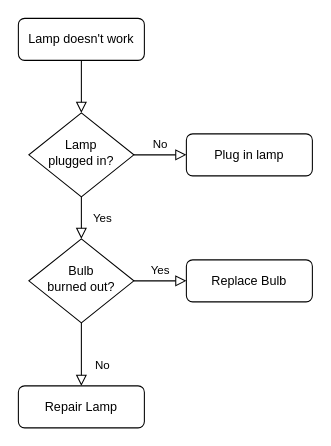
Above: janetflow.drawio in Phantom-456/Draw.io (draw.io), before the change. Source tidied: cells renumbered, new cells numbered last; positions are measured from the earlier drawing's top-left corner, leaving out a move shared by most shapes. Both pictures are drawn from the tidied source at 105%, with x=0, y=0 at pixel (18, 18).
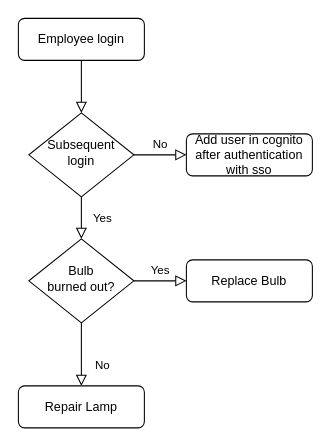
The same diagram, later.

The edit, as a diff of the source:
```diff
@@
 <mxGraphModel>
   <root>
     <mxCell id="0" />
     <mxCell id="1" parent="0" />
     <mxCell id="2" style="rounded=0;html=1;jettySize=auto;fontSize=11;endArrow=block;endFill=0;endSize=8;strokeWidth=1;shadow=0;labelBackgroundColor=none;edgeStyle=orthogonalEdgeStyle;" parent="1" edge="1" source="3" target="6">
       <mxGeometry relative="1" as="geometry" />
     </mxCell>
-    <mxCell id="3" value="Lamp doesn't work" style="rounded=1;whiteSpace=wrap;html=1;fontSize=12;glass=0;strokeWidth=1;shadow=0;" parent="1" vertex="1">
+    <mxCell id="3" value="Employee login" style="rounded=1;whiteSpace=wrap;html=1;fontSize=12;glass=0;strokeWidth=1;shadow=0;" parent="1" vertex="1">
       <mxGeometry width="120" height="40" as="geometry" />
     </mxCell>
     <mxCell id="4" value="Yes" style="rounded=0;html=1;jettySize=auto;fontSize=11;endArrow=block;endFill=0;endSize=8;strokeWidth=1;shadow=0;labelBackgroundColor=none;edgeStyle=orthogonalEdgeStyle;" parent="1" edge="1" source="6" target="10">
       <mxGeometry y="20" relative="1" as="geometry" />
     </mxCell>
     <mxCell id="5" value="No" style="edgeStyle=orthogonalEdgeStyle;rounded=0;html=1;jettySize=auto;fontSize=11;endArrow=block;endFill=0;endSize=8;strokeWidth=1;shadow=0;labelBackgroundColor=none;" parent="1" edge="1" source="6" target="7">
       <mxGeometry y="10" relative="1" as="geometry" />
     </mxCell>
-    <mxCell id="6" value="Lamp&lt;br&gt;plugged in?" style="rhombus;whiteSpace=wrap;html=1;shadow=0;fontFamily=Helvetica;fontSize=12;align=center;strokeWidth=1;spacing=6;spacingTop=-4;" parent="1" vertex="1">
+    <mxCell id="6" value="Subsequent login" style="rhombus;whiteSpace=wrap;html=1;shadow=0;fontFamily=Helvetica;fontSize=12;align=center;strokeWidth=1;spacing=6;spacingTop=-4;" parent="1" vertex="1">
       <mxGeometry x="10" y="90" width="100" height="80" as="geometry" />
     </mxCell>
-    <mxCell id="7" value="Plug in lamp" style="rounded=1;whiteSpace=wrap;html=1;fontSize=12;glass=0;strokeWidth=1;shadow=0;" parent="1" vertex="1">
+    <mxCell id="7" value="Add user in cognito after authentication with sso" style="rounded=1;whiteSpace=wrap;html=1;fontSize=12;glass=0;strokeWidth=1;shadow=0;" parent="1" vertex="1">
       <mxGeometry x="160" y="110" width="120" height="40" as="geometry" />
     </mxCell>
     <mxCell id="8" value="No" style="rounded=0;html=1;jettySize=auto;fontSize=11;endArrow=block;endFill=0;endSize=8;strokeWidth=1;shadow=0;labelBackgroundColor=none;edgeStyle=orthogonalEdgeStyle;" parent="1" edge="1" source="10" target="11">
       <mxGeometry x="0.33" y="20" relative="1" as="geometry" />
     </mxCell>
     <mxCell id="9" value="Yes" style="edgeStyle=orthogonalEdgeStyle;rounded=0;html=1;jettySize=auto;fontSize=11;endArrow=block;endFill=0;endSize=8;strokeWidth=1;shadow=0;labelBackgroundColor=none;" parent="1" edge="1" source="10" target="12">
       <mxGeometry y="10" relative="1" as="geometry" />
     </mxCell>
     <mxCell id="10" value="Bulb&lt;br&gt;burned out?" style="rhombus;whiteSpace=wrap;html=1;shadow=0;fontFamily=Helvetica;fontSize=12;align=center;strokeWidth=1;spacing=6;spacingTop=-4;" parent="1" vertex="1">
       <mxGeometry x="10" y="210" width="100" height="80" as="geometry" />
     </mxCell>
     <mxCell id="11" value="Repair Lamp" style="rounded=1;whiteSpace=wrap;html=1;fontSize=12;glass=0;strokeWidth=1;shadow=0;" parent="1" vertex="1">
       <mxGeometry y="350" width="120" height="40" as="geometry" />
     </mxCell>
     <mxCell id="12" value="Replace Bulb" style="rounded=1;whiteSpace=wrap;html=1;fontSize=12;glass=0;strokeWidth=1;shadow=0;" parent="1" vertex="1">
       <mxGeometry x="160" y="230" width="120" height="40" as="geometry" />
     </mxCell>
   </root>
 </mxGraphModel>
```
